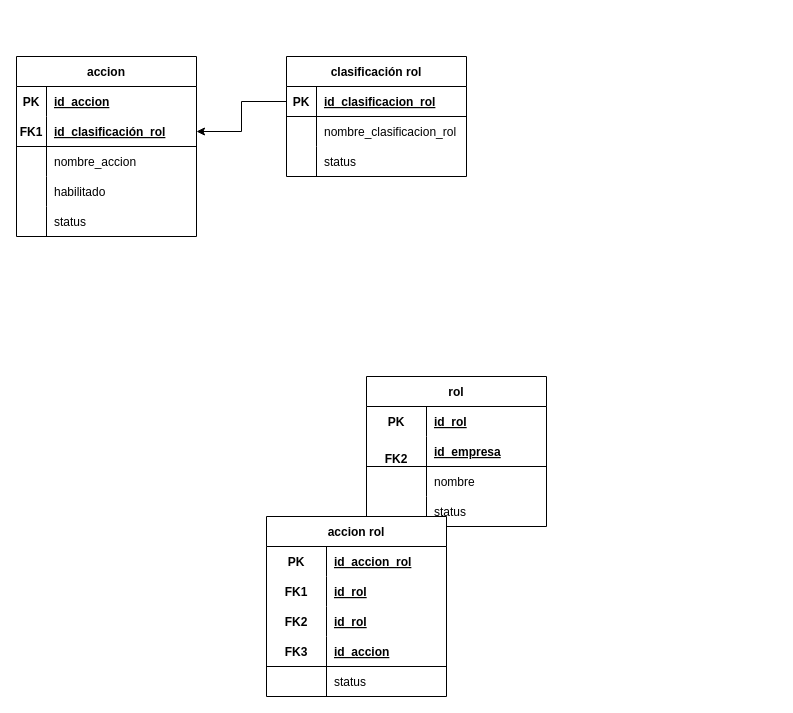
Earlier version of the draw.io diagram Diagrama sin título.drawio (Brayan-Bravo-Arebalo/MyZ1). Source tidied: cells renumbered, new cells numbered last; positions are measured from the earlier drawing's top-left corner, leaving out a move shared by most shapes. Both pictures are drawn from the tidied source at 100%, with x=0, y=0 at pixel (16, 56).
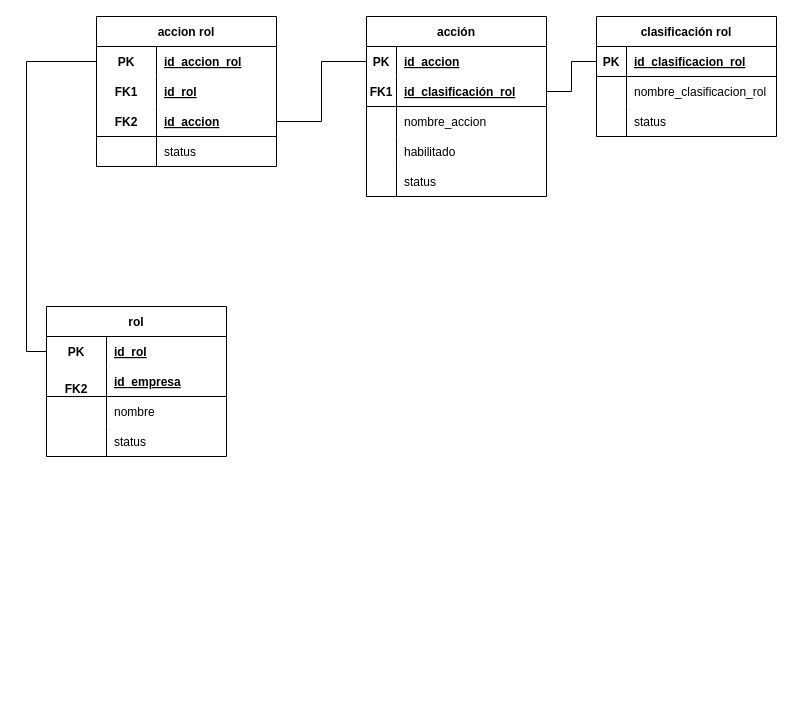
After the change.

Unchanged cells that the change refers to:
```xml
<mxCell id="3" style="shape=tableRow;horizontal=0;startSize=0;swimlaneHead=0;swimlaneBody=0;fillColor=none;points=[[0,0.5],[1,0.5]];portConstraint=eastwest;top=0;left=0;right=0;bottom=0;" parent="2" vertex="1">
  <mxGeometry y="30" width="180" height="30" as="geometry" />
</mxCell>
<mxCell id="6" style="shape=tableRow;horizontal=0;startSize=0;swimlaneHead=0;swimlaneBody=0;fillColor=none;points=[[0,0.5],[1,0.5]];portConstraint=eastwest;top=0;left=0;right=0;bottom=1;" parent="2" vertex="1">
  <mxGeometry y="60" width="180" height="30" as="geometry" />
</mxCell>
<mxCell id="19" style="shape=tableRow;horizontal=0;startSize=0;swimlaneHead=0;swimlaneBody=0;fillColor=none;points=[[0,0.5],[1,0.5]];portConstraint=eastwest;top=0;left=0;right=0;bottom=0;" parent="18" vertex="1">
  <mxGeometry y="30" width="180" height="30" as="geometry" />
</mxCell>
<mxCell id="33" style="shape=tableRow;horizontal=0;startSize=0;swimlaneHead=0;swimlaneBody=0;fillColor=none;points=[[0,0.5],[1,0.5]];portConstraint=eastwest;top=0;left=0;right=0;bottom=1;" parent="32" vertex="1">
  <mxGeometry y="30" width="180" height="30" as="geometry" />
</mxCell>
<mxCell id="43" style="shape=tableRow;horizontal=0;startSize=0;swimlaneHead=0;swimlaneBody=0;fillColor=none;points=[[0,0.5],[1,0.5]];portConstraint=eastwest;top=0;left=0;right=0;bottom=0;" parent="42" vertex="1">
  <mxGeometry y="30" width="180" height="30" as="geometry" />
</mxCell>
```

Diff of the diagram source:
```diff
@@
-    <mxCell id="2" value="accion" style="shape=table;startSize=30;childLayout=tableLayout;rowLines=0;fontStyle=1;align=center;" parent="1" vertex="1">
-      <mxGeometry width="180" height="180" as="geometry" />
+    <mxCell id="2" value="acción" style="shape=table;startSize=30;childLayout=tableLayout;rowLines=0;fontStyle=1;align=center;" parent="1" vertex="1">
+      <mxGeometry x="350" y="-40" width="180" height="180" as="geometry" />
     </mxCell>
@@
     <mxCell id="18" value="rol" style="shape=table;startSize=30;childLayout=tableLayout;rowLines=0;fontStyle=1;align=center;" parent="1" vertex="1">
-      <mxGeometry x="350" y="320" width="180" height="150" as="geometry" />
+      <mxGeometry x="30" y="250" width="180" height="150" as="geometry" />
     </mxCell>
@@
-    <mxCell id="31" style="rounded=0;jettySize=auto;html=1;edgeStyle=orthogonalEdgeStyle;" parent="1" edge="1" source="33" target="6">
+    <mxCell id="31" style="rounded=0;jettySize=auto;html=1;edgeStyle=orthogonalEdgeStyle;endArrow=none;endFill=0;" parent="1" edge="1" source="33" target="6">
       <mxGeometry relative="1" as="geometry" />
     </mxCell>
     <mxCell id="32" value="clasificación rol" style="shape=table;startSize=30;childLayout=tableLayout;rowLines=0;fontStyle=1;align=center;" parent="1" vertex="1">
-      <mxGeometry x="270" width="180" height="120" as="geometry" />
+      <mxGeometry x="580" y="-40" width="180" height="120" as="geometry" />
     </mxCell>
@@
     <mxCell id="42" value="accion rol" style="shape=table;startSize=30;childLayout=tableLayout;rowLines=0;fontStyle=1;align=center;" parent="1" vertex="1">
-      <mxGeometry x="250" y="460" width="180" height="180" as="geometry" />
+      <mxGeometry x="80" y="-40" width="180" height="150" as="geometry" />
     </mxCell>
@@
-    <mxCell id="46" style="shape=tableRow;horizontal=0;startSize=0;swimlaneHead=0;swimlaneBody=0;fillColor=none;top=0;left=0;right=0;bottom=0;" parent="42" vertex="1">
-      <mxGeometry y="60" width="180" height="30" as="geometry" />
-    </mxCell>
-    <mxCell id="47" value="FK1" style="shape=partialRectangle;fillColor=none;top=0;left=0;bottom=0;right=0;fontStyle=1;overflow=hidden;" parent="46" vertex="1">
-      <mxGeometry width="60" height="30" as="geometry" />
-    </mxCell>
-    <mxCell id="48" value="id_rol" style="shape=partialRectangle;fillColor=none;top=0;left=0;bottom=0;right=0;align=left;spacingLeft=6;fontStyle=5;overflow=hidden;" parent="46" vertex="1">
-      <mxGeometry x="60" width="120" height="30" as="geometry" />
-    </mxCell>
     <mxCell id="49" style="shape=tableRow;horizontal=0;startSize=0;swimlaneHead=0;swimlaneBody=0;fillColor=none;top=0;left=0;right=0;bottom=0;" parent="42" vertex="1">
-      <mxGeometry y="90" width="180" height="30" as="geometry" />
+      <mxGeometry y="60" width="180" height="30" as="geometry" />
     </mxCell>
-    <mxCell id="50" value="FK2" style="shape=partialRectangle;fillColor=none;top=0;left=0;bottom=0;right=0;fontStyle=1;overflow=hidden;" parent="49" vertex="1">
+    <mxCell id="50" value="FK1" style="shape=partialRectangle;fillColor=none;top=0;left=0;bottom=0;right=0;fontStyle=1;overflow=hidden;" parent="49" vertex="1">
       <mxGeometry width="60" height="30" as="geometry" />
     </mxCell>
@@
     <mxCell id="52" style="shape=tableRow;horizontal=0;startSize=0;swimlaneHead=0;swimlaneBody=0;fillColor=none;points=[[0,0.5],[1,0.5]];portConstraint=eastwest;top=0;left=0;right=0;bottom=1;" parent="42" vertex="1">
-      <mxGeometry y="120" width="180" height="30" as="geometry" />
+      <mxGeometry y="90" width="180" height="30" as="geometry" />
     </mxCell>
-    <mxCell id="53" value="FK3" style="shape=partialRectangle;fillColor=none;top=0;left=0;bottom=0;right=0;fontStyle=1;overflow=hidden;" parent="52" vertex="1">
+    <mxCell id="53" value="FK2" style="shape=partialRectangle;fillColor=none;top=0;left=0;bottom=0;right=0;fontStyle=1;overflow=hidden;" parent="52" vertex="1">
       <mxGeometry width="60" height="30" as="geometry" />
     </mxCell>
@@
     <mxCell id="55" style="shape=tableRow;horizontal=0;startSize=0;swimlaneHead=0;swimlaneBody=0;fillColor=none;top=0;left=0;right=0;bottom=0;" parent="42" vertex="1">
-      <mxGeometry y="150" width="180" height="30" as="geometry" />
+      <mxGeometry y="120" width="180" height="30" as="geometry" />
     </mxCell>
@@
+    <mxCell id="59" style="edgeStyle=orthogonalEdgeStyle;rounded=0;jettySize=auto;html=1;exitX=0;exitY=0.5;exitDx=0;exitDy=0;endArrow=none;endFill=0;" parent="1" edge="1" source="3" target="52">
+      <mxGeometry relative="1" as="geometry" />
+    </mxCell>
+    <mxCell id="60" style="edgeStyle=orthogonalEdgeStyle;rounded=0;jettySize=auto;html=1;exitX=0;exitY=0.5;exitDx=0;exitDy=0;endArrow=none;endFill=0;" parent="1" edge="1" source="19" target="43">
+      <mxGeometry relative="1" as="geometry" />
+    </mxCell>
```
